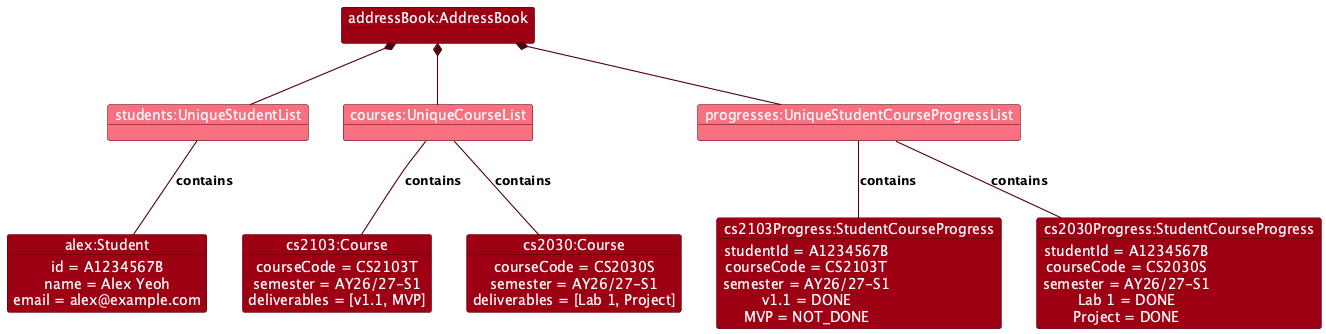
Earlier version of the PlantUML export docs/images/StudentCourseProgressObjectDiagram.png (AY2627S1-CS2103-F11-1/tp).
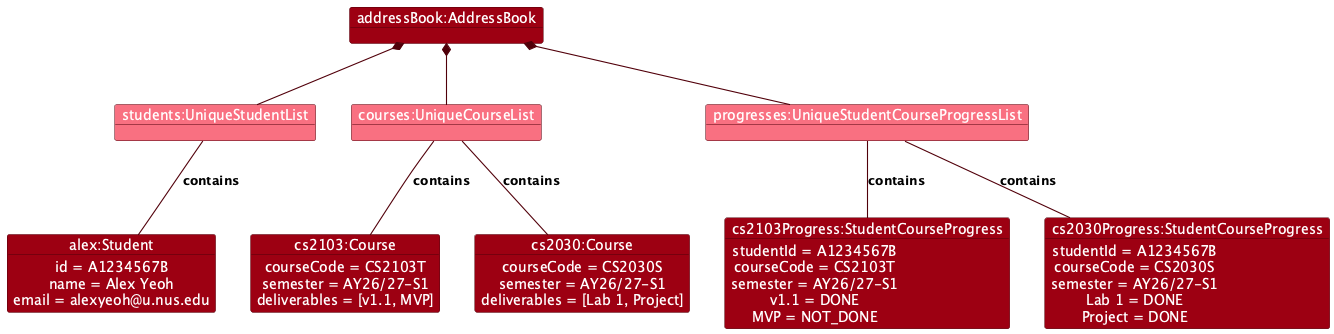
The same file after the commit.

Commit message:
Align UML examples with current TAssist data

Change to the diagram source:
```diff
@@ -16,7 +16,7 @@
 object "alex:Student" as Alex {
   id = A1234567B
   name = Alex Yeoh
-  email = alex@example.com
+  email = alexyeoh@u.nus.edu
 }
 
 object "cs2103:Course" as Cs2103 {
```
